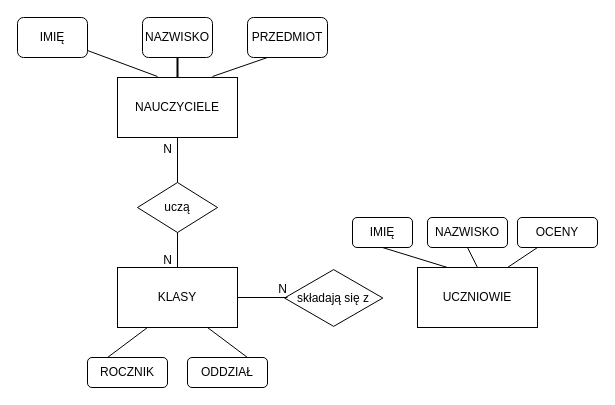
jonkussponkt/Bazy-danych keeps this draw.io diagram as Untitled Diagram.drawio. Above is the earlier version. Source tidied: cells renumbered, new cells numbered last; positions are measured from the earlier drawing's top-left corner, leaving out a move shared by most shapes. Both pictures are drawn from the tidied source at 100%, with x=0, y=0 at pixel (17, 17).
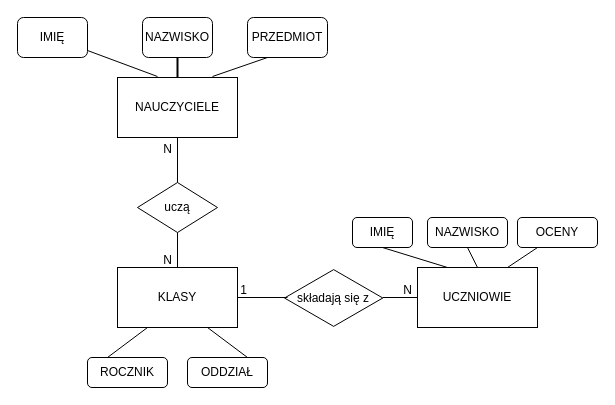
The same page after the edit.

The change refers to these unchanged cells:
```xml
<mxCell id="27" style="endArrow=none;html=1;rounded=0;" parent="1" edge="1">
  <mxGeometry relative="1" as="geometry">
    <mxPoint x="220" y="280" as="sourcePoint" />
    <mxPoint x="270" y="280" as="targetPoint" />
  </mxGeometry>
</mxCell>
```

Diff of the diagram source:
```diff
@@
-    <mxCell id="28" value="N" style="html=1;align=right;verticalAlign=bottom;" parent="27" vertex="1">
-      <mxGeometry x="1" relative="1" as="geometry" />
+    <mxCell id="28" value="1" style="html=1;align=right;verticalAlign=bottom;" parent="27" vertex="1">
+      <mxGeometry x="1" relative="1" as="geometry">
+        <mxPoint x="-40" y="0.5" as="offset" />
+      </mxGeometry>
     </mxCell>
+    <mxCell id="29" style="endArrow=none;html=1;rounded=0;" parent="1" edge="1">
+      <mxGeometry relative="1" as="geometry">
+        <mxPoint x="365.3" y="280" as="sourcePoint" />
+        <mxPoint x="400" y="280" as="targetPoint" />
+      </mxGeometry>
+    </mxCell>
+    <mxCell id="30" value="N" style="html=1;align=right;verticalAlign=bottom;" parent="29" vertex="1">
+      <mxGeometry x="1" relative="1" as="geometry">
+        <mxPoint x="-5.3" y="0.5" as="offset" />
+      </mxGeometry>
+    </mxCell>
```
